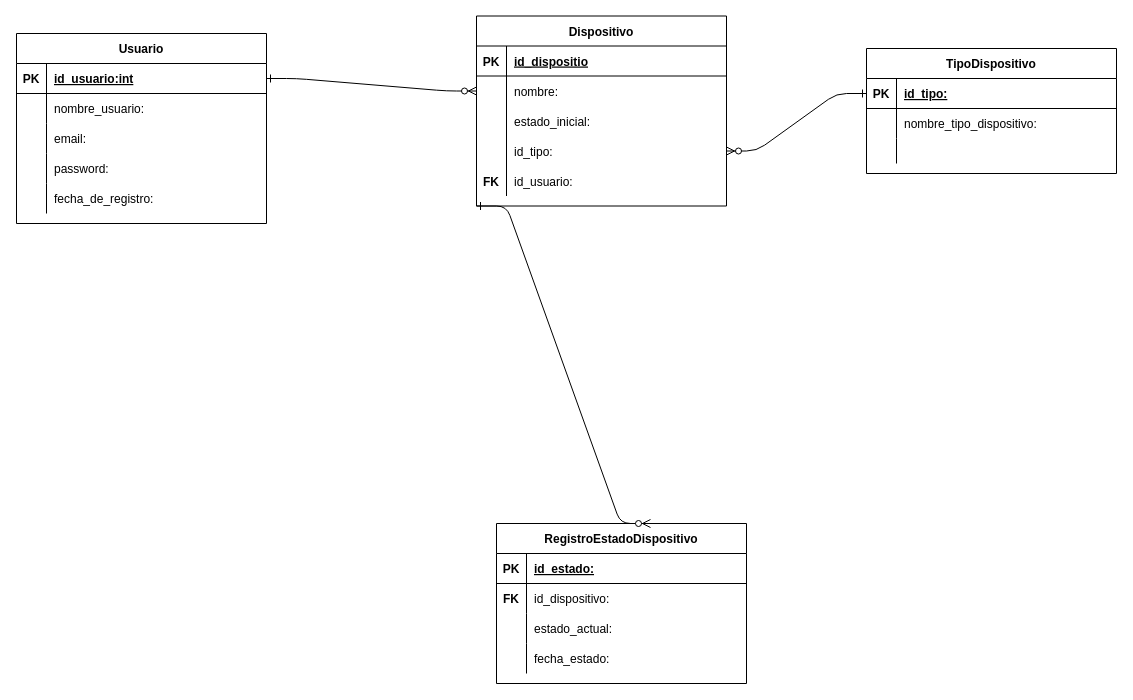
BOOLEANOS/ABP-SmartHome-Solutions keeps this draw.io diagram as BASE DE DATOS/Diagrama sin título.drawio. Above is the earlier version. Source tidied: cells renumbered, new cells numbered last; positions are measured from the earlier drawing's top-left corner, leaving out a move shared by most shapes. Both pictures are drawn from the tidied source at 100%, with x=0, y=0 at pixel (16, 15).
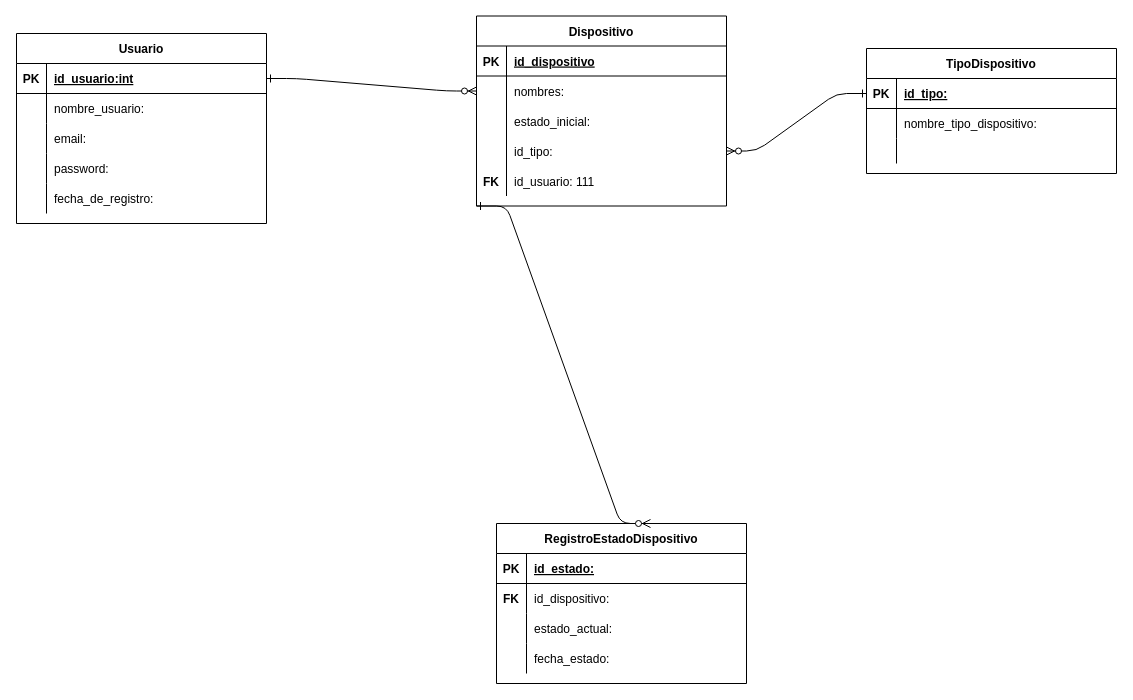
The same diagram, later.

The change refers to these unchanged cells:
```xml
<mxCell id="21" style="shape=partialRectangle;fillColor=none;top=0;left=0;right=0;bottom=1;" parent="20" vertex="1">
  <mxGeometry y="30" width="250" height="30" as="geometry" />
</mxCell>
<mxCell id="24" style="shape=partialRectangle;fillColor=none;points=[[0,0.5],[1,0.5]];portConstraint=eastwest;top=0;left=0;right=0;bottom=0;" parent="20" vertex="1">
  <mxGeometry y="60" width="250" height="30" as="geometry" />
</mxCell>
<mxCell id="33" style="shape=partialRectangle;fillColor=none;top=0;left=0;right=0;bottom=0;" parent="20" vertex="1">
  <mxGeometry y="150" width="250" height="30" as="geometry" />
</mxCell>
```

The edit, as a diff of the source:
```diff
@@
-    <mxCell id="23" value="id_dispositio" style="shape=partialRectangle;overflow=hidden;fillColor=none;top=0;left=0;bottom=0;right=0;align=left;spacingLeft=6;fontStyle=5;" parent="21" vertex="1">
+    <mxCell id="23" value="id_dispositivo" style="shape=partialRectangle;overflow=hidden;fillColor=none;top=0;left=0;bottom=0;right=0;align=left;spacingLeft=6;fontStyle=5;" parent="21" vertex="1">
       <mxGeometry x="30" width="220" height="30" as="geometry" />
     </mxCell>
@@
-    <mxCell id="26" value="nombre:" style="shape=partialRectangle;overflow=hidden;fillColor=none;top=0;left=0;bottom=0;right=0;align=left;spacingLeft=6;" parent="24" vertex="1">
+    <mxCell id="26" value="nombres:" style="shape=partialRectangle;overflow=hidden;fillColor=none;top=0;left=0;bottom=0;right=0;align=left;spacingLeft=6;" parent="24" vertex="1">
       <mxGeometry x="30" width="220" height="30" as="geometry" />
     </mxCell>
@@
-    <mxCell id="35" value="id_usuario:" style="shape=partialRectangle;overflow=hidden;fillColor=none;top=0;left=0;bottom=0;right=0;align=left;spacingLeft=6;" parent="33" vertex="1">
+    <mxCell id="35" value="id_usuario: 111" style="shape=partialRectangle;overflow=hidden;fillColor=none;top=0;left=0;bottom=0;right=0;align=left;spacingLeft=6;" parent="33" vertex="1">
       <mxGeometry x="30" width="220" height="30" as="geometry" />
     </mxCell>
```
